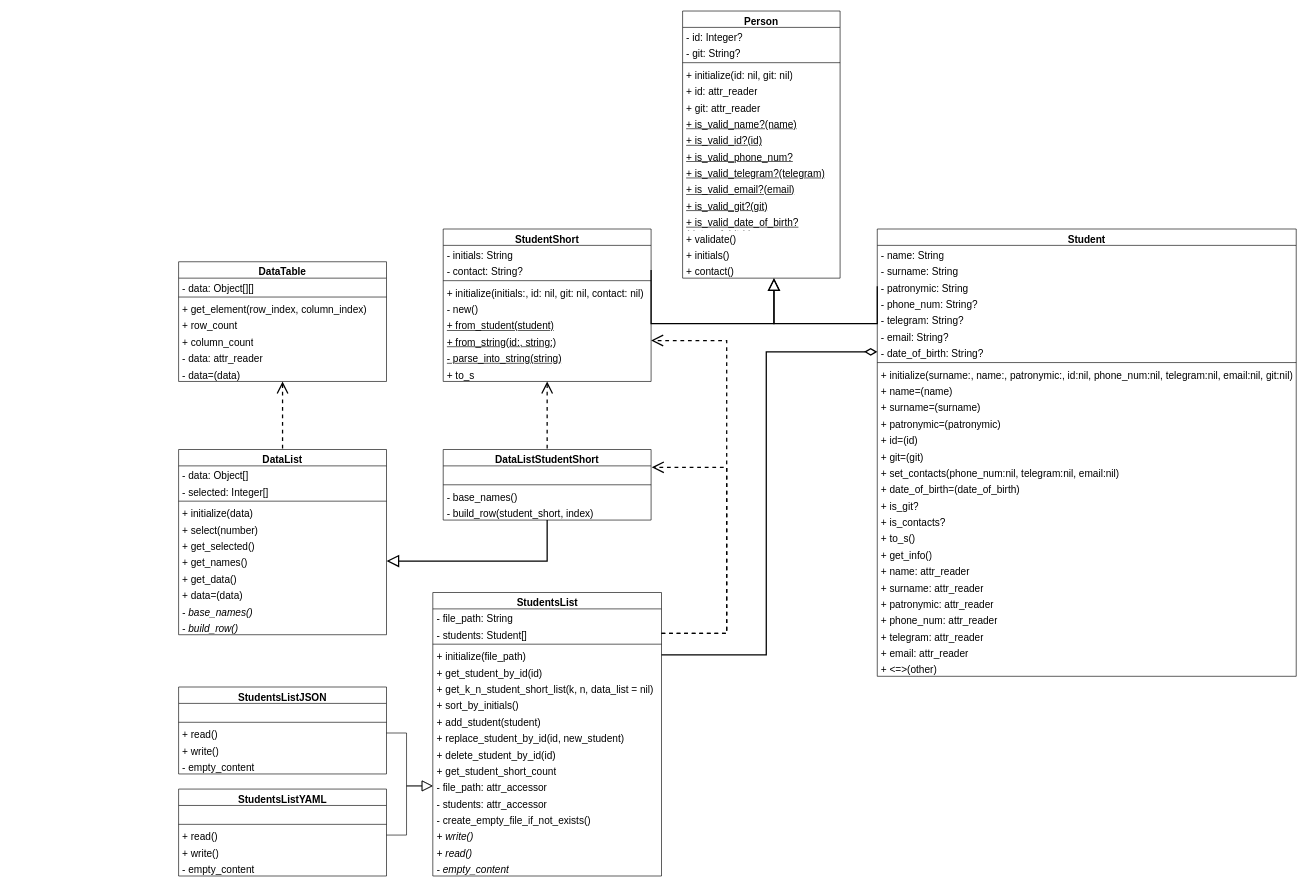
Before: Class Student/Media/Диаграмма классов.drawio in eatdetey/designPatterns, a draw.io diagram. Source tidied: cells renumbered, new cells numbered last; positions are measured from the earlier drawing's top-left corner, leaving out a move shared by most shapes. Both pictures are drawn from the tidied source at 63%, with x=0, y=0 at pixel (178, 11).
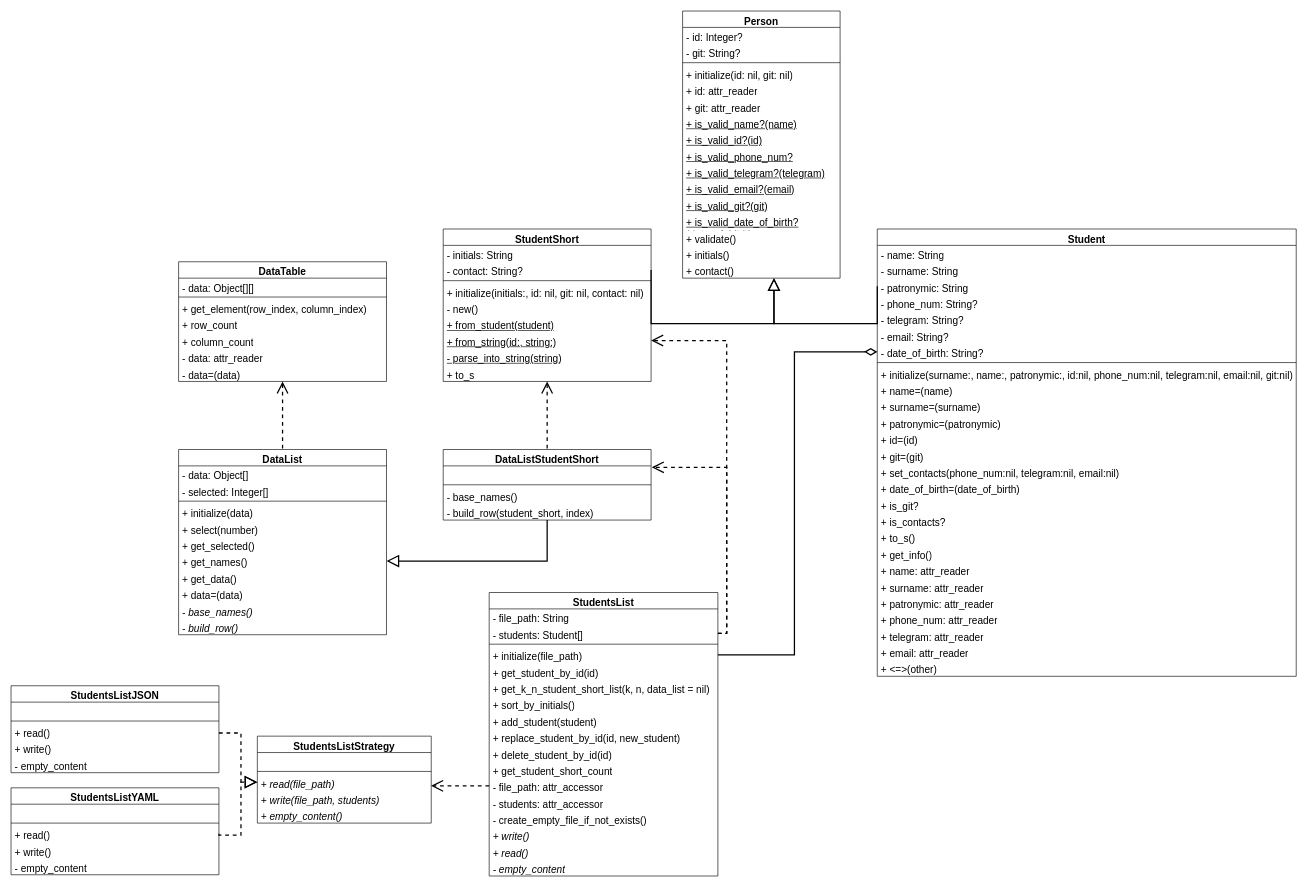
The same page after the edit.

Unchanged cells that the change refers to:
```xml
<mxCell id="99" value="- file_path: attr_accessor" style="text;strokeColor=none;fillColor=none;align=left;verticalAlign=top;spacingLeft=4;spacingRight=4;overflow=hidden;points=[[0,0.5],[1,0.5]];portConstraint=eastwest;whiteSpace=wrap;html=1;fontSize=16;" parent="87" vertex="1">
  <mxGeometry y="294" width="363" height="26" as="geometry" />
</mxCell>
<mxCell id="108" value="+ read()" style="text;strokeColor=none;fillColor=none;align=left;verticalAlign=top;spacingLeft=4;spacingRight=4;overflow=hidden;points=[[0,0.5],[1,0.5]];portConstraint=eastwest;whiteSpace=wrap;html=1;fontSize=16;" parent="105" vertex="1">
  <mxGeometry y="60" width="330" height="26" as="geometry" />
</mxCell>
<mxCell id="114" value="+ read()" style="text;strokeColor=none;fillColor=none;align=left;verticalAlign=top;spacingLeft=4;spacingRight=4;overflow=hidden;points=[[0,0.5],[1,0.5]];portConstraint=eastwest;whiteSpace=wrap;html=1;fontSize=16;" parent="111" vertex="1">
  <mxGeometry y="60" width="330" height="26" as="geometry" />
</mxCell>
```

Diff of the diagram source:
```diff
@@
     <mxCell id="87" value="StudentsList" style="swimlane;fontStyle=1;align=center;verticalAlign=top;horizontal=1;startSize=26;whiteSpace=wrap;html=1;fontSize=16;" parent="1" vertex="1">
-      <mxGeometry x="403.5" y="923" width="363" height="450" as="geometry" />
+      <mxGeometry x="493" y="923" width="363" height="450" as="geometry" />
     </mxCell>
@@
     <mxCell id="105" value="StudentsListJSON" style="swimlane;fontStyle=1;align=center;verticalAlign=top;horizontal=1;startSize=26;whiteSpace=wrap;html=1;fontSize=16;" parent="1" vertex="1">
-      <mxGeometry y="1073" width="330" height="138" as="geometry" />
+      <mxGeometry x="-266" y="1071" width="330" height="138" as="geometry" />
     </mxCell>
@@
     <mxCell id="111" value="StudentsListYAML" style="swimlane;fontStyle=1;align=center;verticalAlign=top;horizontal=1;startSize=26;whiteSpace=wrap;html=1;fontSize=16;" parent="1" vertex="1">
-      <mxGeometry y="1235" width="330" height="138" as="geometry" />
+      <mxGeometry x="-266" y="1233" width="330" height="138" as="geometry" />
     </mxCell>
@@
-    <mxCell id="120" style="edgeStyle=orthogonalEdgeStyle;rounded=0;jettySize=auto;html=1;entryX=0;entryY=0.5;entryDx=0;entryDy=0;endArrow=block;endFill=0;endSize=15;" parent="1" edge="1" source="108" target="99">
-      <mxGeometry relative="1" as="geometry" />
+    <mxCell id="120" style="edgeStyle=orthogonalEdgeStyle;rounded=0;jettySize=auto;html=1;entryX=0;entryY=0.5;entryDx=0;entryDy=0;endArrow=block;endFill=0;endSize=15;dashed=1;strokeWidth=2;" parent="1" edge="1" source="108" target="125">
+      <mxGeometry relative="1" as="geometry">
+        <Array as="points">
+          <mxPoint x="99" y="1146" />
+          <mxPoint x="99" y="1224" />
+        </Array>
+      </mxGeometry>
     </mxCell>
-    <mxCell id="121" style="edgeStyle=orthogonalEdgeStyle;rounded=0;jettySize=auto;html=1;exitX=1;exitY=0.5;exitDx=0;exitDy=0;entryX=0;entryY=0.5;entryDx=0;entryDy=0;endArrow=block;endFill=0;endSize=15;" parent="1" edge="1" source="114" target="99">
-      <mxGeometry relative="1" as="geometry" />
+    <mxCell id="121" style="edgeStyle=orthogonalEdgeStyle;rounded=0;jettySize=auto;html=1;exitX=1;exitY=0.5;exitDx=0;exitDy=0;entryX=0;entryY=0.5;entryDx=0;entryDy=0;endArrow=block;endFill=0;endSize=15;dashed=1;strokeWidth=2;" parent="1" edge="1" source="114" target="125">
+      <mxGeometry relative="1" as="geometry">
+        <Array as="points">
+          <mxPoint x="99" y="1308" />
+          <mxPoint x="99" y="1224" />
+        </Array>
+      </mxGeometry>
     </mxCell>
+    <mxCell id="122" value="StudentsListStrategy" style="swimlane;fontStyle=1;align=center;verticalAlign=top;horizontal=1;startSize=26;whiteSpace=wrap;html=1;fontSize=16;" parent="1" vertex="1">
+      <mxGeometry x="125" y="1151" width="276" height="138" as="geometry" />
+    </mxCell>
+    <mxCell id="123" value="&lt;div&gt;&lt;br&gt;&lt;/div&gt;&lt;div&gt;&lt;br&gt;&lt;/div&gt;" style="text;strokeColor=none;fillColor=none;align=left;verticalAlign=top;spacingLeft=4;spacingRight=4;overflow=hidden;whiteSpace=wrap;html=1;fontSize=16;" parent="122" vertex="1">
+      <mxGeometry y="26" width="276" height="26" as="geometry" />
+    </mxCell>
+    <mxCell id="124" style="line;strokeWidth=1;fillColor=none;align=left;verticalAlign=middle;spacingTop=-1;spacingLeft=3;spacingRight=3;labelPosition=right;strokeColor=inherit;" parent="122" vertex="1">
+      <mxGeometry y="52" width="276" height="8" as="geometry" />
+    </mxCell>
+    <mxCell id="125" value="&lt;i&gt;+ read(file_path)&lt;/i&gt;" style="text;strokeColor=none;fillColor=none;align=left;verticalAlign=top;spacingLeft=4;spacingRight=4;overflow=hidden;points=[[0,0.5],[1,0.5]];portConstraint=eastwest;whiteSpace=wrap;html=1;fontSize=16;" parent="122" vertex="1">
+      <mxGeometry y="60" width="276" height="26" as="geometry" />
+    </mxCell>
+    <mxCell id="126" value="&lt;i&gt;+ write(file_path, students)&lt;/i&gt;" style="text;strokeColor=none;fillColor=none;align=left;verticalAlign=top;spacingLeft=4;spacingRight=4;overflow=hidden;whiteSpace=wrap;html=1;fontSize=16;" parent="122" vertex="1">
+      <mxGeometry y="86" width="276" height="26" as="geometry" />
+    </mxCell>
+    <mxCell id="127" value="&lt;i&gt;+ empty_content()&lt;/i&gt;" style="text;strokeColor=none;fillColor=none;align=left;verticalAlign=top;spacingLeft=4;spacingRight=4;overflow=hidden;whiteSpace=wrap;html=1;fontSize=16;" parent="122" vertex="1">
+      <mxGeometry y="112" width="276" height="26" as="geometry" />
+    </mxCell>
+    <mxCell id="128" style="edgeStyle=orthogonalEdgeStyle;rounded=0;jettySize=auto;html=1;entryX=0.999;entryY=0.724;entryDx=0;entryDy=0;entryPerimeter=0;dashed=1;strokeWidth=2;endArrow=open;endFill=0;endSize=15;" parent="1" edge="1" source="99" target="125">
+      <mxGeometry relative="1" as="geometry" />
+    </mxCell>
```
